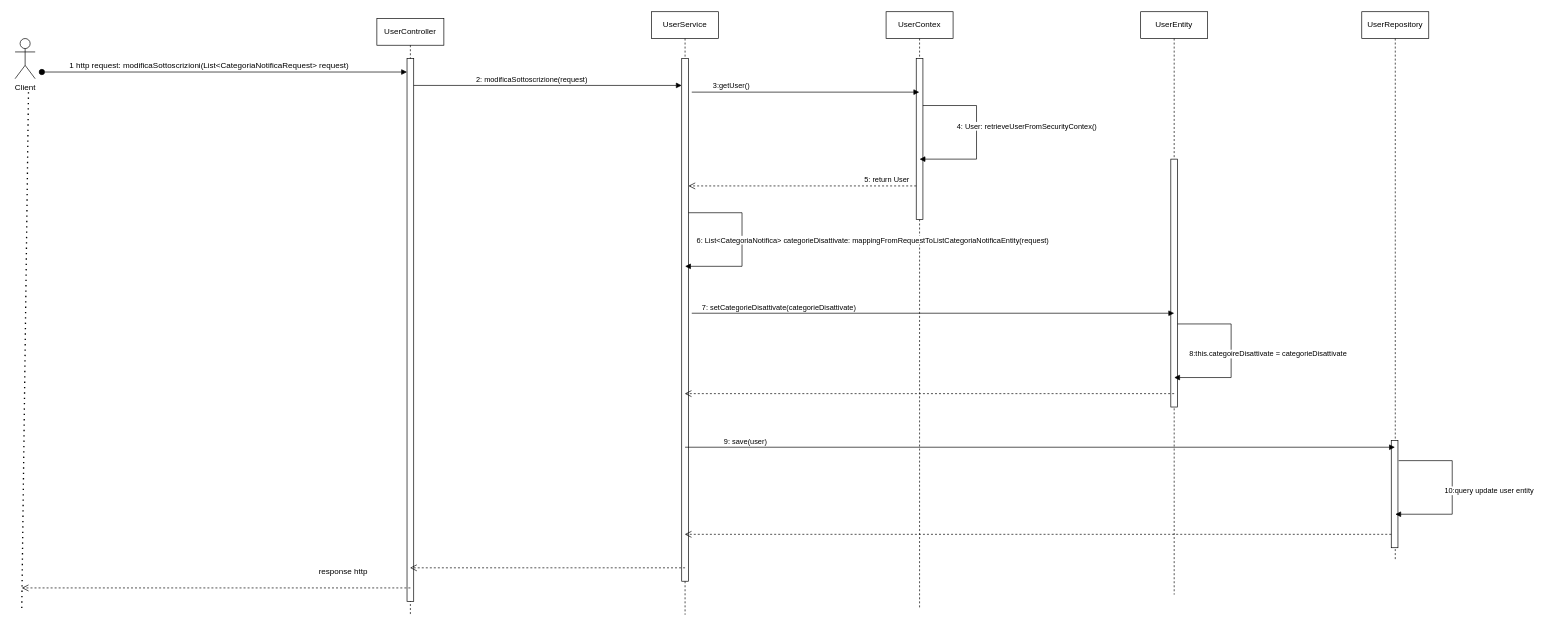
Above: diagrammi/Sequence Diagram Modifica Sottoscrizioni Categorie Notifiche.drawio in Sperob98/Documentazione-DietiEstates25 (draw.io), before the change. Source tidied: cells renumbered, new cells numbered last; positions are measured from the earlier drawing's top-left corner, leaving out a move shared by most shapes. Both pictures are drawn from the tidied source at 67%, with x=0, y=0 at pixel (15, 11).
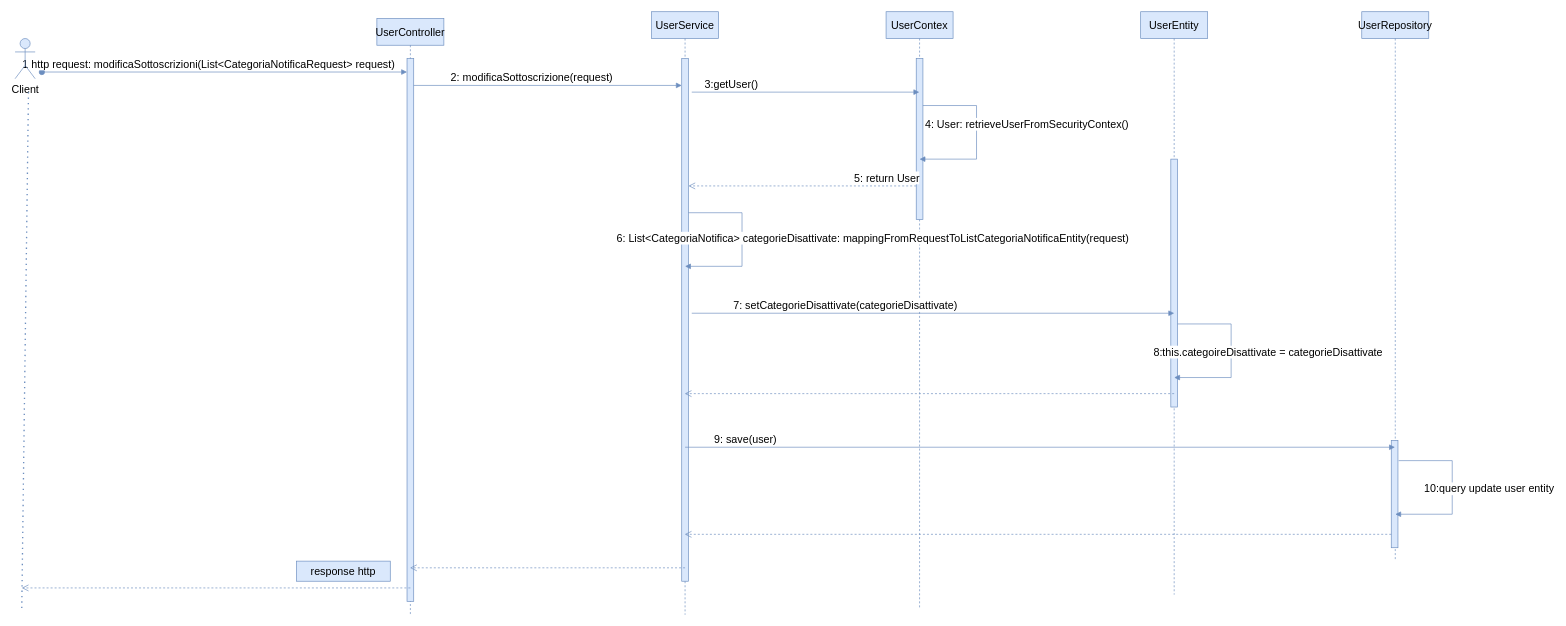
After the change.

Diff of the diagram source:
```diff
@@
-    <mxCell id="2" value="UserController" style="shape=umlLifeline;perimeter=lifelinePerimeter;whiteSpace=wrap;html=1;outlineConnect=0;portConstraint=eastwest;newEdgeStyle={&quot;curved&quot;:0,&quot;rounded&quot;:0};" parent="1" vertex="1">
+    <mxCell id="2" value="UserController" style="shape=umlLifeline;perimeter=lifelinePerimeter;whiteSpace=wrap;html=1;outlineConnect=0;portConstraint=eastwest;newEdgeStyle={&quot;curved&quot;:0,&quot;rounded&quot;:0};fillColor=#dae8fc;strokeColor=#6c8ebf;fontSize=16;" parent="1" vertex="1">
       <mxGeometry x="540" y="10" width="100" height="890" as="geometry" />
     </mxCell>
-    <mxCell id="3" style="html=1;perimeter=orthogonalPerimeter;targetShapes=umlLifeline;newEdgeStyle={&quot;curved&quot;:0,&quot;rounded&quot;:0};" parent="2" vertex="1">
+    <mxCell id="3" style="html=1;perimeter=orthogonalPerimeter;targetShapes=umlLifeline;newEdgeStyle={&quot;curved&quot;:0,&quot;rounded&quot;:0};fillColor=#dae8fc;strokeColor=#6c8ebf;fontSize=16;" parent="2" vertex="1">
       <mxGeometry x="45" y="60" width="10" height="810" as="geometry" />
     </mxCell>
-    <mxCell id="4" value="UserService" style="shape=umlLifeline;perimeter=lifelinePerimeter;whiteSpace=wrap;html=1;outlineConnect=0;portConstraint=eastwest;newEdgeStyle={&quot;curved&quot;:0,&quot;rounded&quot;:0};" parent="1" vertex="1">
+    <mxCell id="4" value="UserService" style="shape=umlLifeline;perimeter=lifelinePerimeter;whiteSpace=wrap;html=1;outlineConnect=0;portConstraint=eastwest;newEdgeStyle={&quot;curved&quot;:0,&quot;rounded&quot;:0};fillColor=#dae8fc;strokeColor=#6c8ebf;fontSize=16;" parent="1" vertex="1">
       <mxGeometry x="950" width="100" height="900" as="geometry" />
     </mxCell>
-    <mxCell id="5" style="html=1;perimeter=orthogonalPerimeter;targetShapes=umlLifeline;newEdgeStyle={&quot;curved&quot;:0,&quot;rounded&quot;:0};" parent="4" vertex="1">
+    <mxCell id="5" style="html=1;perimeter=orthogonalPerimeter;targetShapes=umlLifeline;newEdgeStyle={&quot;curved&quot;:0,&quot;rounded&quot;:0};fillColor=#dae8fc;strokeColor=#6c8ebf;fontSize=16;" parent="4" vertex="1">
       <mxGeometry x="45" y="70" width="10" height="780" as="geometry" />
     </mxCell>
-    <mxCell id="6" value="2: modificaSottoscrizione(request)" style="html=1;verticalAlign=bottom;endArrow=block;curved=0;rounded=0;" parent="1" edge="1">
+    <mxCell id="6" value="2: modificaSottoscrizione(request)" style="html=1;verticalAlign=bottom;endArrow=block;curved=0;rounded=0;fillColor=#dae8fc;strokeColor=#6c8ebf;fontSize=16;" parent="1" edge="1">
       <mxGeometry x="-0.12" relative="1" as="geometry">
         <mxPoint x="595" y="110" as="sourcePoint" />
         <mxPoint x="995" y="110" as="targetPoint" />
       </mxGeometry>
     </mxCell>
-    <mxCell id="7" value="UserContex" style="shape=umlLifeline;perimeter=lifelinePerimeter;whiteSpace=wrap;html=1;newEdgeStyle={&quot;curved&quot;:0,&quot;rounded&quot;:0};" parent="1" vertex="1">
+    <mxCell id="7" value="UserContex" style="shape=umlLifeline;perimeter=lifelinePerimeter;whiteSpace=wrap;html=1;newEdgeStyle={&quot;curved&quot;:0,&quot;rounded&quot;:0};fillColor=#dae8fc;strokeColor=#6c8ebf;fontSize=16;" parent="1" vertex="1">
       <mxGeometry x="1300" width="100" height="890" as="geometry" />
     </mxCell>
-    <mxCell id="8" style="html=1;perimeter=orthogonalPerimeter;targetShapes=umlLifeline;newEdgeStyle={&quot;curved&quot;:0,&quot;rounded&quot;:0};" parent="7" vertex="1">
+    <mxCell id="8" style="html=1;perimeter=orthogonalPerimeter;targetShapes=umlLifeline;newEdgeStyle={&quot;curved&quot;:0,&quot;rounded&quot;:0};fillColor=#dae8fc;strokeColor=#6c8ebf;fontSize=16;" parent="7" vertex="1">
       <mxGeometry x="45" y="70" width="10" height="240" as="geometry" />
     </mxCell>
-    <mxCell id="9" value="3:getUser()" style="html=1;verticalAlign=bottom;endArrow=block;curved=0;rounded=0;" parent="1" edge="1">
+    <mxCell id="9" value="3:getUser()" style="html=1;verticalAlign=bottom;endArrow=block;curved=0;rounded=0;fillColor=#dae8fc;strokeColor=#6c8ebf;fontSize=16;" parent="1" edge="1">
       <mxGeometry x="-0.65" relative="1" as="geometry">
         <mxPoint x="1010" y="120" as="sourcePoint" />
         <mxPoint x="1349.5" y="120" as="targetPoint" />
       </mxGeometry>
     </mxCell>
-    <mxCell id="10" value="5: return User" style="html=1;verticalAlign=bottom;endArrow=open;dashed=1;endSize=8;curved=0;rounded=0;" parent="1" edge="1">
+    <mxCell id="10" value="5: return User" style="html=1;verticalAlign=bottom;endArrow=open;dashed=1;endSize=8;curved=0;rounded=0;fillColor=#dae8fc;strokeColor=#6c8ebf;fontSize=16;" parent="1" edge="1">
       <mxGeometry x="-0.74" relative="1" as="geometry">
         <mxPoint x="1345" y="260" as="sourcePoint" />
         <mxPoint x="1005" y="260" as="targetPoint" />
       </mxGeometry>
     </mxCell>
-    <mxCell id="11" value="UserEntity" style="shape=umlLifeline;perimeter=lifelinePerimeter;whiteSpace=wrap;html=1;newEdgeStyle={&quot;curved&quot;:0,&quot;rounded&quot;:0};" parent="1" vertex="1">
+    <mxCell id="11" value="UserEntity" style="shape=umlLifeline;perimeter=lifelinePerimeter;whiteSpace=wrap;html=1;newEdgeStyle={&quot;curved&quot;:0,&quot;rounded&quot;:0};fillColor=#dae8fc;strokeColor=#6c8ebf;fontSize=16;" parent="1" vertex="1">
       <mxGeometry x="1680" width="100" height="870" as="geometry" />
     </mxCell>
-    <mxCell id="12" style="html=1;perimeter=orthogonalPerimeter;targetShapes=umlLifeline;newEdgeStyle={&quot;curved&quot;:0,&quot;rounded&quot;:0};" parent="11" vertex="1">
+    <mxCell id="12" style="html=1;perimeter=orthogonalPerimeter;targetShapes=umlLifeline;newEdgeStyle={&quot;curved&quot;:0,&quot;rounded&quot;:0};fillColor=#dae8fc;strokeColor=#6c8ebf;fontSize=16;" parent="11" vertex="1">
       <mxGeometry x="45" y="220" width="10" height="370" as="geometry" />
     </mxCell>
-    <mxCell id="13" value="&lt;font style=&quot;font-size: 12px;&quot;&gt;1 http request: modificaSottoscrizioni(List&amp;lt;CategoriaNotificaRequest&amp;gt; request)&amp;nbsp;&lt;/font&gt;" style="html=1;verticalAlign=bottom;startArrow=oval;startFill=1;endArrow=block;startSize=8;curved=0;rounded=0;strokeWidth=1;jumpSize=14;" parent="1" edge="1">
+    <mxCell id="13" value="&lt;font&gt;1 http request: modificaSottoscrizioni(List&amp;lt;CategoriaNotificaRequest&amp;gt; request)&amp;nbsp;&lt;/font&gt;" style="html=1;verticalAlign=bottom;startArrow=oval;startFill=1;endArrow=block;startSize=8;curved=0;rounded=0;strokeWidth=1;jumpSize=14;fillColor=#dae8fc;strokeColor=#6c8ebf;fontSize=16;" parent="1" edge="1">
       <mxGeometry x="-0.08" relative="1" as="geometry">
         <mxPoint x="40" y="90" as="sourcePoint" />
         <mxPoint x="585" y="90" as="targetPoint" />
       </mxGeometry>
     </mxCell>
-    <mxCell id="14" value="6: List&amp;lt;CategoriaNotifica&amp;gt; categorieDisattivate: mappingFromRequestToListCategoriaNotificaEntity(request)" style="html=1;verticalAlign=bottom;endArrow=block;curved=0;rounded=0;" parent="1" edge="1">
+    <mxCell id="14" value="6: List&amp;lt;CategoriaNotifica&amp;gt; categorieDisattivate: mappingFromRequestToListCategoriaNotificaEntity(request)" style="html=1;verticalAlign=bottom;endArrow=block;curved=0;rounded=0;fillColor=#dae8fc;strokeColor=#6c8ebf;fontSize=16;" parent="1" edge="1">
       <mxGeometry x="0.06" y="195" relative="1" as="geometry">
         <mxPoint x="1005" y="300" as="sourcePoint" />
         <mxPoint x="1000" y="380" as="targetPoint" />
         <Array as="points">
           <mxPoint x="1085" y="300" />
           <mxPoint x="1085" y="380" />
         </Array>
       </mxGeometry>
     </mxCell>
-    <mxCell id="15" value="4: User: retrieveUserFromSecurityContex()" style="html=1;verticalAlign=bottom;endArrow=block;curved=0;rounded=0;" parent="1" edge="1">
+    <mxCell id="15" value="4: User: retrieveUserFromSecurityContex()" style="html=1;verticalAlign=bottom;endArrow=block;curved=0;rounded=0;fillColor=#dae8fc;strokeColor=#6c8ebf;fontSize=16;" parent="1" edge="1">
       <mxGeometry x="-0.02" y="75" relative="1" as="geometry">
         <mxPoint x="1355" y="140" as="sourcePoint" />
         <mxPoint x="1350" y="220" as="targetPoint" />
         <Array as="points">
           <mxPoint x="1435" y="140" />
           <mxPoint x="1435" y="220" />
         </Array>
       </mxGeometry>
     </mxCell>
-    <mxCell id="16" value="7: setCategorieDisattivate(categorieDisattivate)" style="html=1;verticalAlign=bottom;endArrow=block;curved=0;rounded=0;" parent="1" edge="1">
-      <mxGeometry x="-0.64" relative="1" as="geometry">
+    <mxCell id="16" value="7: setCategorieDisattivate(categorieDisattivate)" style="html=1;verticalAlign=bottom;endArrow=block;curved=0;rounded=0;fillColor=#dae8fc;strokeColor=#6c8ebf;fontSize=16;" parent="1" edge="1">
+      <mxGeometry x="-0.36" relative="1" as="geometry">
         <mxPoint x="1010" y="450" as="sourcePoint" />
         <mxPoint x="1730" y="450" as="targetPoint" />
+        <mxPoint x="-1" as="offset" />
       </mxGeometry>
     </mxCell>
-    <mxCell id="17" value="8:this.categoireDisattivate = categorieDisattivate" style="html=1;verticalAlign=bottom;endArrow=block;curved=0;rounded=0;" parent="1" edge="1">
+    <mxCell id="17" value="8:this.categoireDisattivate = categorieDisattivate" style="html=1;verticalAlign=bottom;endArrow=block;curved=0;rounded=0;fillColor=#dae8fc;strokeColor=#6c8ebf;fontSize=16;" parent="1" edge="1">
       <mxGeometry x="0.09" y="55" relative="1" as="geometry">
         <mxPoint x="1735" y="466" as="sourcePoint" />
         <mxPoint x="1730" y="546" as="targetPoint" />
         <Array as="points">
           <mxPoint x="1815" y="466" />
           <mxPoint x="1815" y="546" />
         </Array>
       </mxGeometry>
     </mxCell>
-    <mxCell id="18" style="html=1;verticalAlign=bottom;endArrow=open;dashed=1;endSize=8;curved=0;rounded=0;" parent="1" edge="1" target="4">
+    <mxCell id="18" style="html=1;verticalAlign=bottom;endArrow=open;dashed=1;endSize=8;curved=0;rounded=0;fillColor=#dae8fc;strokeColor=#6c8ebf;fontSize=16;" parent="1" edge="1" target="4">
       <mxGeometry x="-0.74" relative="1" as="geometry">
         <mxPoint x="1730" y="570" as="sourcePoint" />
       </mxGeometry>
     </mxCell>
-    <mxCell id="19" value="UserRepository" style="shape=umlLifeline;perimeter=lifelinePerimeter;whiteSpace=wrap;html=1;outlineConnect=0;portConstraint=eastwest;newEdgeStyle={&quot;curved&quot;:0,&quot;rounded&quot;:0};" parent="1" vertex="1">
+    <mxCell id="19" value="UserRepository" style="shape=umlLifeline;perimeter=lifelinePerimeter;whiteSpace=wrap;html=1;outlineConnect=0;portConstraint=eastwest;newEdgeStyle={&quot;curved&quot;:0,&quot;rounded&quot;:0};fillColor=#dae8fc;strokeColor=#6c8ebf;fontSize=16;" parent="1" vertex="1">
       <mxGeometry x="2010" width="100" height="820" as="geometry" />
     </mxCell>
-    <mxCell id="20" style="html=1;perimeter=orthogonalPerimeter;targetShapes=umlLifeline;newEdgeStyle={&quot;curved&quot;:0,&quot;rounded&quot;:0};" parent="19" vertex="1">
+    <mxCell id="20" style="html=1;perimeter=orthogonalPerimeter;targetShapes=umlLifeline;newEdgeStyle={&quot;curved&quot;:0,&quot;rounded&quot;:0};fillColor=#dae8fc;strokeColor=#6c8ebf;fontSize=16;" parent="19" vertex="1">
       <mxGeometry x="44" y="640" width="10" height="160" as="geometry" />
     </mxCell>
-    <mxCell id="21" value="9: save(user)" style="html=1;verticalAlign=bottom;endArrow=block;curved=0;rounded=0;" parent="1" edge="1" target="19">
+    <mxCell id="21" value="9: save(user)" style="html=1;verticalAlign=bottom;endArrow=block;curved=0;rounded=0;fillColor=#dae8fc;strokeColor=#6c8ebf;fontSize=16;" parent="1" edge="1" target="19">
       <mxGeometry x="-0.83" relative="1" as="geometry">
         <mxPoint x="1000" y="650" as="sourcePoint" />
       </mxGeometry>
     </mxCell>
-    <mxCell id="22" value="10:query update user entity" style="html=1;verticalAlign=bottom;endArrow=block;curved=0;rounded=0;" parent="1" edge="1">
+    <mxCell id="22" value="10:query update user entity" style="html=1;verticalAlign=bottom;endArrow=block;curved=0;rounded=0;fillColor=#dae8fc;strokeColor=#6c8ebf;fontSize=16;" parent="1" edge="1">
       <mxGeometry x="0.09" y="55" relative="1" as="geometry">
         <mxPoint x="2065" y="670" as="sourcePoint" />
         <mxPoint x="2060" y="750" as="targetPoint" />
         <Array as="points">
           <mxPoint x="2145" y="670" />
           <mxPoint x="2145" y="750" />
         </Array>
       </mxGeometry>
     </mxCell>
-    <mxCell id="23" style="html=1;verticalAlign=bottom;endArrow=open;dashed=1;endSize=8;curved=0;rounded=0;" parent="1" edge="1" target="4">
+    <mxCell id="23" style="html=1;verticalAlign=bottom;endArrow=open;dashed=1;endSize=8;curved=0;rounded=0;fillColor=#dae8fc;strokeColor=#6c8ebf;fontSize=16;" parent="1" edge="1" target="4">
       <mxGeometry x="-0.74" relative="1" as="geometry">
         <mxPoint x="2054" y="780" as="sourcePoint" />
       </mxGeometry>
     </mxCell>
-    <mxCell id="24" style="html=1;verticalAlign=bottom;endArrow=open;dashed=1;endSize=8;curved=0;rounded=0;" parent="1" edge="1" target="2">
+    <mxCell id="24" style="html=1;verticalAlign=bottom;endArrow=open;dashed=1;endSize=8;curved=0;rounded=0;fillColor=#dae8fc;strokeColor=#6c8ebf;fontSize=16;" parent="1" edge="1" target="2">
       <mxGeometry x="-0.74" relative="1" as="geometry">
         <mxPoint x="1000" y="830" as="sourcePoint" />
       </mxGeometry>
     </mxCell>
-    <mxCell id="25" value="Client" style="shape=umlActor;verticalLabelPosition=bottom;verticalAlign=top;html=1;" parent="1" vertex="1">
+    <mxCell id="25" value="Client" style="shape=umlActor;verticalLabelPosition=bottom;verticalAlign=top;html=1;fillColor=#dae8fc;strokeColor=#6c8ebf;fontSize=16;" parent="1" vertex="1">
       <mxGeometry y="40" width="30" height="60" as="geometry" />
     </mxCell>
-    <mxCell id="26" style="endArrow=none;dashed=1;html=1;dashPattern=1 3;strokeWidth=2;rounded=0;" parent="1" edge="1">
+    <mxCell id="26" style="endArrow=none;dashed=1;html=1;dashPattern=1 3;strokeWidth=2;rounded=0;fillColor=#dae8fc;strokeColor=#6c8ebf;fontSize=16;" parent="1" edge="1">
       <mxGeometry relative="1" as="geometry">
         <mxPoint x="10" y="890" as="sourcePoint" />
         <mxPoint x="20" y="120" as="targetPoint" />
       </mxGeometry>
     </mxCell>
-    <mxCell id="27" style="html=1;verticalAlign=bottom;endArrow=open;dashed=1;endSize=8;curved=0;rounded=0;" parent="1" edge="1">
+    <mxCell id="27" style="html=1;verticalAlign=bottom;endArrow=open;dashed=1;endSize=8;curved=0;rounded=0;fillColor=#dae8fc;strokeColor=#6c8ebf;fontSize=16;" parent="1" edge="1">
       <mxGeometry x="-0.74" relative="1" as="geometry">
         <mxPoint x="590" y="860" as="sourcePoint" />
         <mxPoint x="10" y="860" as="targetPoint" />
       </mxGeometry>
     </mxCell>
-    <mxCell id="28" value="response http" style="text;html=1;align=center;verticalAlign=middle;whiteSpace=wrap;rounded=0;" parent="1" vertex="1">
+    <mxCell id="28" value="response http" style="text;html=1;align=center;verticalAlign=middle;whiteSpace=wrap;rounded=0;fillColor=#dae8fc;strokeColor=#6c8ebf;fontSize=16;" parent="1" vertex="1">
       <mxGeometry x="420" y="820" width="140" height="30" as="geometry" />
     </mxCell>
```
